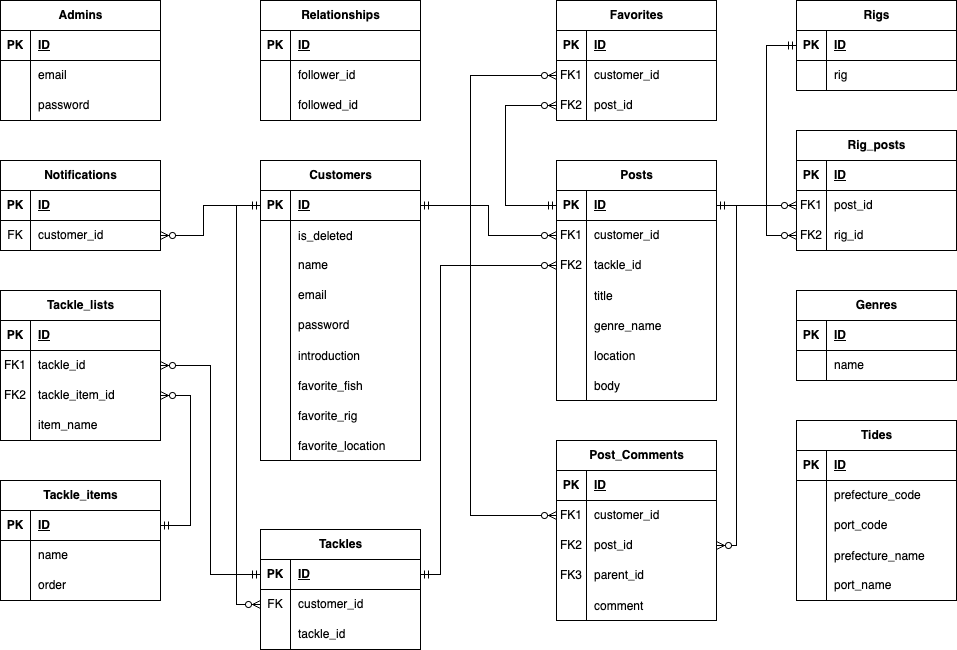
Earlier version of the draw.io export README/ER.png (yksy97/AnglersSpots). Source tidied: cells renumbered, new cells last; positions are measured from the earlier drawing's top-left corner, leaving out a move shared by most shapes.
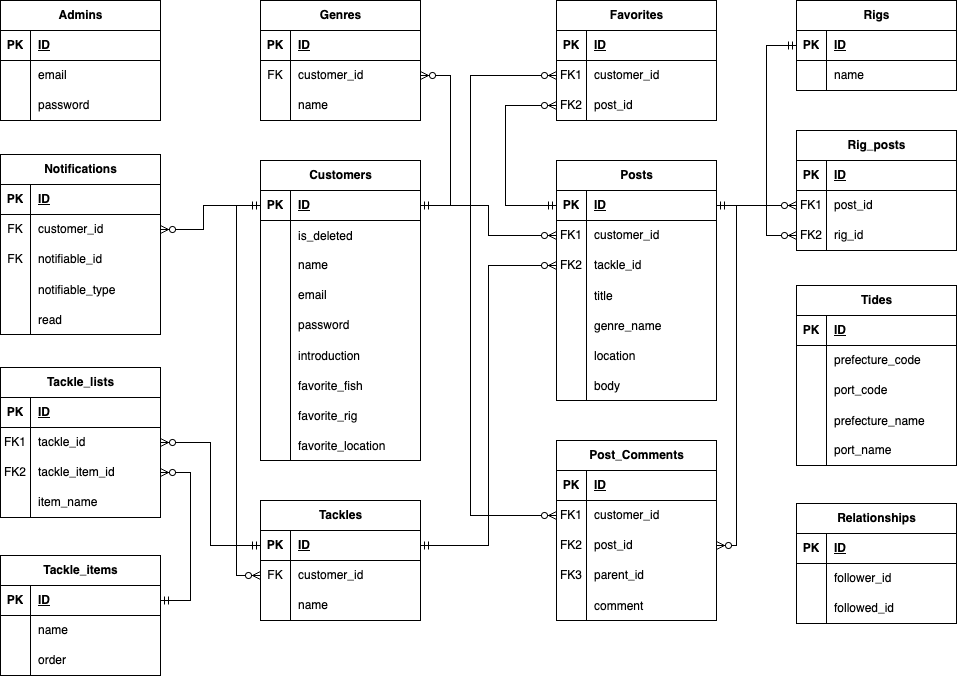
The same file after the commit.

Change to the diagram source:
```diff
@@ -39,7 +39,7 @@
       <mxGeometry x="30" width="130" height="30" as="geometry" />
     </mxCell>
     <mxCell id="13" value="&lt;span style=&quot;background-color: rgb(255, 255, 255);&quot;&gt;Notifications&lt;/span&gt;" style="shape=table;startSize=30;rowLines=0;fontStyle=1;align=center;html=1;" parent="1" vertex="1">
-      <mxGeometry y="160" width="160" height="90" as="geometry" />
+      <mxGeometry y="154" width="160" height="180" as="geometry" />
     </mxCell>
     <mxCell id="14" style="shape=tableRow;horizontal=0;startSize=0;swimlaneHead=0;swimlaneBody=0;fillColor=none;top=0;left=0;right=0;bottom=1;" parent="13" vertex="1">
       <mxGeometry y="30" width="160" height="30" as="geometry" />
@@ -59,8 +59,35 @@
     <mxCell id="19" value="&lt;span style=&quot;background-color: rgb(255, 255, 255);&quot;&gt;customer_id&lt;/span&gt;" style="shape=partialRectangle;fillColor=none;top=0;left=0;bottom=0;right=0;align=left;spacingLeft=6;overflow=hidden;whiteSpace=wrap;html=1;" parent="17" vertex="1">
       <mxGeometry x="30" width="130" height="30" as="geometry" />
     </mxCell>
+    <mxCell id="192" style="shape=tableRow;horizontal=0;startSize=0;swimlaneHead=0;swimlaneBody=0;fillColor=none;top=0;left=0;right=0;bottom=0;" parent="13" vertex="1">
+      <mxGeometry y="90" width="160" height="30" as="geometry" />
+    </mxCell>
+    <mxCell id="193" value="FK" style="shape=partialRectangle;fillColor=none;top=0;left=0;bottom=0;right=0;fontStyle=0;overflow=hidden;whiteSpace=wrap;html=1;" parent="192" vertex="1">
+      <mxGeometry width="30" height="30" as="geometry" />
+    </mxCell>
+    <mxCell id="194" value="notifiable_id" style="shape=partialRectangle;fillColor=none;top=0;left=0;bottom=0;right=0;align=left;spacingLeft=6;fontStyle=0;overflow=hidden;whiteSpace=wrap;html=1;" parent="192" vertex="1">
+      <mxGeometry x="30" width="130" height="30" as="geometry" />
+    </mxCell>
+    <mxCell id="195" style="shape=tableRow;horizontal=0;startSize=0;swimlaneHead=0;swimlaneBody=0;fillColor=none;top=0;left=0;right=0;bottom=0;" parent="13" vertex="1">
+      <mxGeometry y="120" width="160" height="30" as="geometry" />
+    </mxCell>
+    <mxCell id="196" style="shape=partialRectangle;fillColor=none;top=0;left=0;bottom=0;right=0;overflow=hidden;" parent="195" vertex="1">
+      <mxGeometry width="30" height="30" as="geometry" />
+    </mxCell>
+    <mxCell id="197" value="notifiable_type" style="shape=partialRectangle;fillColor=none;top=0;left=0;bottom=0;right=0;align=left;spacingLeft=6;overflow=hidden;" parent="195" vertex="1">
+      <mxGeometry x="30" width="130" height="30" as="geometry" />
+    </mxCell>
+    <mxCell id="198" style="shape=tableRow;horizontal=0;startSize=0;swimlaneHead=0;swimlaneBody=0;fillColor=none;top=0;left=0;right=0;bottom=0;" parent="13" vertex="1">
+      <mxGeometry y="150" width="160" height="30" as="geometry" />
+    </mxCell>
+    <mxCell id="199" style="shape=partialRectangle;fillColor=none;top=0;left=0;bottom=0;right=0;overflow=hidden;" parent="198" vertex="1">
+      <mxGeometry width="30" height="30" as="geometry" />
+    </mxCell>
+    <mxCell id="200" value="read" style="shape=partialRectangle;fillColor=none;top=0;left=0;bottom=0;right=0;align=left;spacingLeft=6;overflow=hidden;" parent="198" vertex="1">
+      <mxGeometry x="30" width="130" height="30" as="geometry" />
+    </mxCell>
     <mxCell id="20" value="&lt;span style=&quot;background-color: rgb(255, 255, 255);&quot;&gt;Tackles&lt;/span&gt;" style="shape=table;startSize=30;rowLines=0;fontStyle=1;align=center;html=1;" parent="1" vertex="1">
-      <mxGeometry x="260" y="529" width="160" height="120" as="geometry" />
+      <mxGeometry x="260" y="500" width="160" height="120" as="geometry" />
     </mxCell>
     <mxCell id="21" style="shape=tableRow;horizontal=0;startSize=0;swimlaneHead=0;swimlaneBody=0;fillColor=none;points=[[0,0.5],[1,0.5]];portConstraint=eastwest;top=0;left=0;right=0;bottom=1;" parent="20" vertex="1">
       <mxGeometry y="30" width="160" height="30" as="geometry" />
@@ -86,14 +113,14 @@
     <mxCell id="28" style="shape=partialRectangle;fillColor=none;top=0;left=0;bottom=0;right=0;overflow=hidden;whiteSpace=wrap;html=1;" parent="27" vertex="1">
       <mxGeometry width="30" height="30" as="geometry" />
     </mxCell>
-    <mxCell id="29" value="&lt;span style=&quot;background-color: rgb(255, 255, 255);&quot;&gt;tackle_id&lt;/span&gt;" style="shape=partialRectangle;fillColor=none;top=0;left=0;bottom=0;right=0;align=left;spacingLeft=6;overflow=hidden;whiteSpace=wrap;html=1;" parent="27" vertex="1">
+    <mxCell id="29" value="&lt;span style=&quot;background-color: rgb(255, 255, 255);&quot;&gt;name&lt;/span&gt;" style="shape=partialRectangle;fillColor=none;top=0;left=0;bottom=0;right=0;align=left;spacingLeft=6;overflow=hidden;whiteSpace=wrap;html=1;" parent="27" vertex="1">
       <mxGeometry x="30" width="130" height="30" as="geometry" />
     </mxCell>
     <mxCell id="30" style="edgeStyle=orthogonalEdgeStyle;rounded=0;orthogonalLoop=1;jettySize=auto;html=1;exitX=1;exitY=0.5;exitDx=0;exitDy=0;" parent="20" edge="1" source="24" target="24">
       <mxGeometry relative="1" as="geometry" />
     </mxCell>
     <mxCell id="31" value="&lt;span style=&quot;background-color: rgb(255, 255, 255);&quot;&gt;Tackle_lists&lt;/span&gt;" style="shape=table;startSize=30;rowLines=0;fontStyle=1;align=center;html=1;" parent="1" vertex="1">
-      <mxGeometry y="290" width="160" height="150" as="geometry" />
+      <mxGeometry y="367" width="160" height="150" as="geometry" />
     </mxCell>
     <mxCell id="32" style="shape=tableRow;horizontal=0;startSize=0;swimlaneHead=0;swimlaneBody=0;fillColor=none;top=0;left=0;right=0;bottom=1;" parent="31" vertex="1">
       <mxGeometry y="30" width="160" height="30" as="geometry" />
@@ -132,7 +159,7 @@
       <mxGeometry x="30" width="130" height="30" as="geometry" />
     </mxCell>
     <mxCell id="44" value="&lt;span style=&quot;background-color: rgb(255, 255, 255);&quot;&gt;Tackle_items&lt;/span&gt;" style="shape=table;startSize=30;rowLines=0;fontStyle=1;align=center;html=1;" parent="1" vertex="1">
-      <mxGeometry y="480" width="160" height="120" as="geometry" />
+      <mxGeometry y="555" width="160" height="120" as="geometry" />
     </mxCell>
     <mxCell id="45" style="shape=tableRow;horizontal=0;startSize=0;swimlaneHead=0;swimlaneBody=0;fillColor=none;points=[[0,0.5],[1,0.5]];portConstraint=eastwest;top=0;left=0;right=0;bottom=1;" parent="44" vertex="1">
       <mxGeometry y="30" width="160" height="30" as="geometry" />
@@ -162,7 +189,7 @@
       <mxGeometry x="30" width="130" height="30" as="geometry" />
     </mxCell>
     <mxCell id="54" value="&lt;span style=&quot;background-color: rgb(255, 255, 255);&quot;&gt;Relationships&lt;/span&gt;" style="shape=table;startSize=30;rowLines=0;fontStyle=1;align=center;html=1;" parent="1" vertex="1">
-      <mxGeometry x="260" width="160" height="120" as="geometry" />
+      <mxGeometry x="796" y="503" width="160" height="120" as="geometry" />
     </mxCell>
     <mxCell id="55" style="shape=tableRow;horizontal=0;startSize=0;swimlaneHead=0;swimlaneBody=0;fillColor=none;top=0;left=0;right=0;bottom=1;" parent="54" vertex="1">
       <mxGeometry y="30" width="160" height="30" as="geometry" />
@@ -437,7 +464,7 @@
     <mxCell id="145" style="shape=partialRectangle;fillColor=none;top=0;left=0;bottom=0;right=0;overflow=hidden;whiteSpace=wrap;html=1;" parent="144" vertex="1">
       <mxGeometry width="30" height="30" as="geometry" />
     </mxCell>
-    <mxCell id="146" value="rig" style="shape=partialRectangle;fillColor=none;top=0;left=0;bottom=0;right=0;align=left;spacingLeft=6;overflow=hidden;whiteSpace=wrap;html=1;" parent="144" vertex="1">
+    <mxCell id="146" value="name" style="shape=partialRectangle;fillColor=none;top=0;left=0;bottom=0;right=0;align=left;spacingLeft=6;overflow=hidden;whiteSpace=wrap;html=1;" parent="144" vertex="1">
       <mxGeometry x="30" width="130" height="30" as="geometry" />
     </mxCell>
     <mxCell id="147" value="&lt;span style=&quot;background-color: rgb(255, 255, 255);&quot;&gt;Rig_posts&lt;/span&gt;" style="shape=table;startSize=30;rowLines=0;fontStyle=1;align=center;html=1;" parent="1" vertex="1">
@@ -471,7 +498,7 @@
       <mxGeometry x="30" width="130" height="30" as="geometry" />
     </mxCell>
     <mxCell id="157" value="&lt;span style=&quot;background-color: rgb(255, 255, 255);&quot;&gt;Genres&lt;/span&gt;" style="shape=table;startSize=30;rowLines=0;fontStyle=1;align=center;html=1;" parent="1" vertex="1">
-      <mxGeometry x="796" y="290" width="160" height="90" as="geometry" />
+      <mxGeometry x="260" width="160" height="120" as="geometry" />
     </mxCell>
     <mxCell id="158" style="shape=tableRow;horizontal=0;startSize=0;swimlaneHead=0;swimlaneBody=0;fillColor=none;top=0;left=0;right=0;bottom=1;" parent="157" vertex="1">
       <mxGeometry y="30" width="160" height="30" as="geometry" />
@@ -482,8 +509,17 @@
     <mxCell id="160" value="ID" style="shape=partialRectangle;fillColor=none;top=0;left=0;bottom=0;right=0;align=left;spacingLeft=6;fontStyle=5;overflow=hidden;whiteSpace=wrap;html=1;" parent="158" vertex="1">
       <mxGeometry x="30" width="130" height="30" as="geometry" />
     </mxCell>
+    <mxCell id="201" style="shape=tableRow;horizontal=0;startSize=0;swimlaneHead=0;swimlaneBody=0;fillColor=none;points=[[0,0.5],[1,0.5]];portConstraint=eastwest;top=0;left=0;right=0;bottom=0;" parent="157" vertex="1">
+      <mxGeometry y="60" width="160" height="30" as="geometry" />
+    </mxCell>
+    <mxCell id="202" value="FK" style="shape=partialRectangle;fillColor=none;top=0;left=0;bottom=0;right=0;fontStyle=0;overflow=hidden;whiteSpace=wrap;html=1;" parent="201" vertex="1">
+      <mxGeometry width="30" height="30" as="geometry" />
+    </mxCell>
+    <mxCell id="203" value="customer_id" style="shape=partialRectangle;fillColor=none;top=0;left=0;bottom=0;right=0;align=left;spacingLeft=6;fontStyle=0;overflow=hidden;whiteSpace=wrap;html=1;" parent="201" vertex="1">
+      <mxGeometry x="30" width="130" height="30" as="geometry" />
+    </mxCell>
     <mxCell id="161" style="shape=tableRow;horizontal=0;startSize=0;swimlaneHead=0;swimlaneBody=0;fillColor=none;top=0;left=0;right=0;bottom=0;" parent="157" vertex="1">
-      <mxGeometry y="60" width="160" height="30" as="geometry" />
+      <mxGeometry y="90" width="160" height="30" as="geometry" />
     </mxCell>
     <mxCell id="162" style="shape=partialRectangle;fillColor=none;top=0;left=0;bottom=0;right=0;overflow=hidden;whiteSpace=wrap;html=1;" parent="161" vertex="1">
       <mxGeometry width="30" height="30" as="geometry" />
@@ -492,7 +528,7 @@
       <mxGeometry x="30" width="130" height="30" as="geometry" />
     </mxCell>
     <mxCell id="164" value="&lt;span style=&quot;background-color: rgb(255, 255, 255);&quot;&gt;Tides&lt;/span&gt;" style="shape=table;startSize=30;rowLines=0;fontStyle=1;align=center;html=1;" parent="1" vertex="1">
-      <mxGeometry x="796" y="420" width="160" height="180" as="geometry" />
+      <mxGeometry x="796" y="285" width="160" height="180" as="geometry" />
     </mxCell>
     <mxCell id="165" style="shape=tableRow;horizontal=0;startSize=0;swimlaneHead=0;swimlaneBody=0;fillColor=none;top=0;left=0;right=0;bottom=1;" parent="164" vertex="1">
       <mxGeometry y="30" width="160" height="30" as="geometry" />
@@ -587,13 +623,8 @@
         </Array>
       </mxGeometry>
     </mxCell>
-    <mxCell id="187" style="edgeStyle=orthogonalEdgeStyle;fontSize=12;html=1;endArrow=ERzeroToMany;startArrow=ERmandOne;rounded=0;exitX=1;exitY=0.5;exitDx=0;exitDy=0;entryX=0;entryY=0.5;entryDx=0;entryDy=0;" parent="1" edge="1" source="21" target="109">
-      <mxGeometry relative="1" as="geometry">
-        <Array as="points">
-          <mxPoint x="440" y="574" />
-          <mxPoint x="440" y="265" />
-        </Array>
-      </mxGeometry>
+    <mxCell id="187" style="edgeStyle=elbowEdgeStyle;fontSize=12;html=1;endArrow=ERzeroToMany;startArrow=ERmandOne;rounded=0;exitX=1;exitY=0.5;exitDx=0;exitDy=0;entryX=0;entryY=0.5;entryDx=0;entryDy=0;" parent="1" edge="1" source="21" target="109">
+      <mxGeometry relative="1" as="geometry" />
     </mxCell>
     <mxCell id="188" style="edgeStyle=elbowEdgeStyle;fontSize=12;html=1;endArrow=ERzeroToMany;startArrow=ERmandOne;rounded=0;entryX=1;entryY=0.5;entryDx=0;entryDy=0;exitX=0;exitY=0.5;exitDx=0;exitDy=0;" parent="1" edge="1" source="21" target="35">
       <mxGeometry relative="1" as="geometry" />
@@ -611,5 +642,8 @@
         </Array>
       </mxGeometry>
     </mxCell>
+    <mxCell id="204" style="edgeStyle=entityRelationEdgeStyle;fontSize=12;html=1;endArrow=ERzeroToMany;startArrow=ERmandOne;rounded=0;entryX=1;entryY=0.5;entryDx=0;entryDy=0;" parent="1" edge="1" source="65" target="201">
+      <mxGeometry relative="1" as="geometry" />
+    </mxCell>
   </root>
 </mxGraphModel>
```
